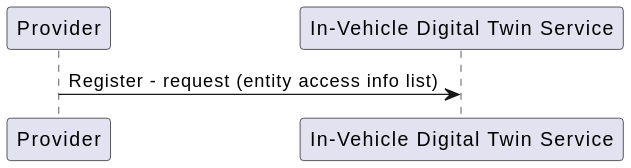
The PlantUML diagram docs/design/diagrams/register_sequence.svg in eclipse-ibeji/ibeji, before a commit.
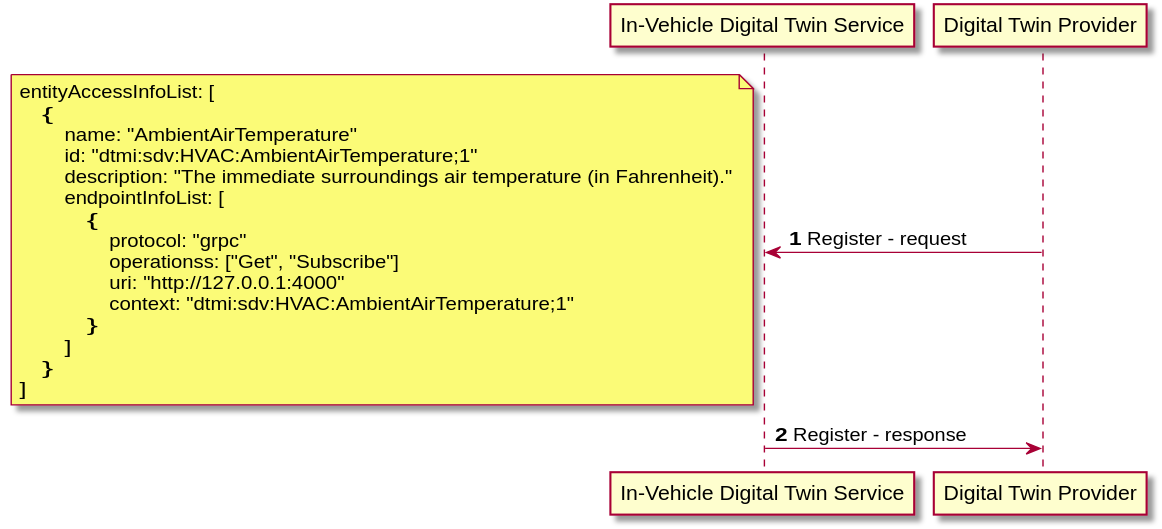
Above is the later version.

Diff of the diagram source:
```diff
@@ -1,6 +1,26 @@
 @startuml
-participant "Provider"
-participant "In-Vehicle Digital Twin Service"
 
-"Provider" -> "In-Vehicle Digital Twin Service" : Register - request (entity access info list)
+autonumber
+
+"In-Vehicle Digital Twin Service"  <- "Digital Twin Provider" : Register - request
+note left
+entityAccessInfoList: [
+    {
+        name: "AmbientAirTemperature"
+        id: "dtmi:sdv:HVAC:AmbientAirTemperature;1"
+        description: "The immediate surroundings air temperature (in Fahrenheit)."
+        endpointInfoList: [
+            {
+                protocol: "grpc"
+                operationss: ["Get", "Subscribe"]
+                uri: "http://127.0.0.1:4000"
+                context: "dtmi:sdv:HVAC:AmbientAirTemperature;1"
+            }
+        ]
+    }
+]
+end note
+
+"In-Vehicle Digital Twin Service" -> "Digital Twin Provider": Register - response
+
 @enduml
```
